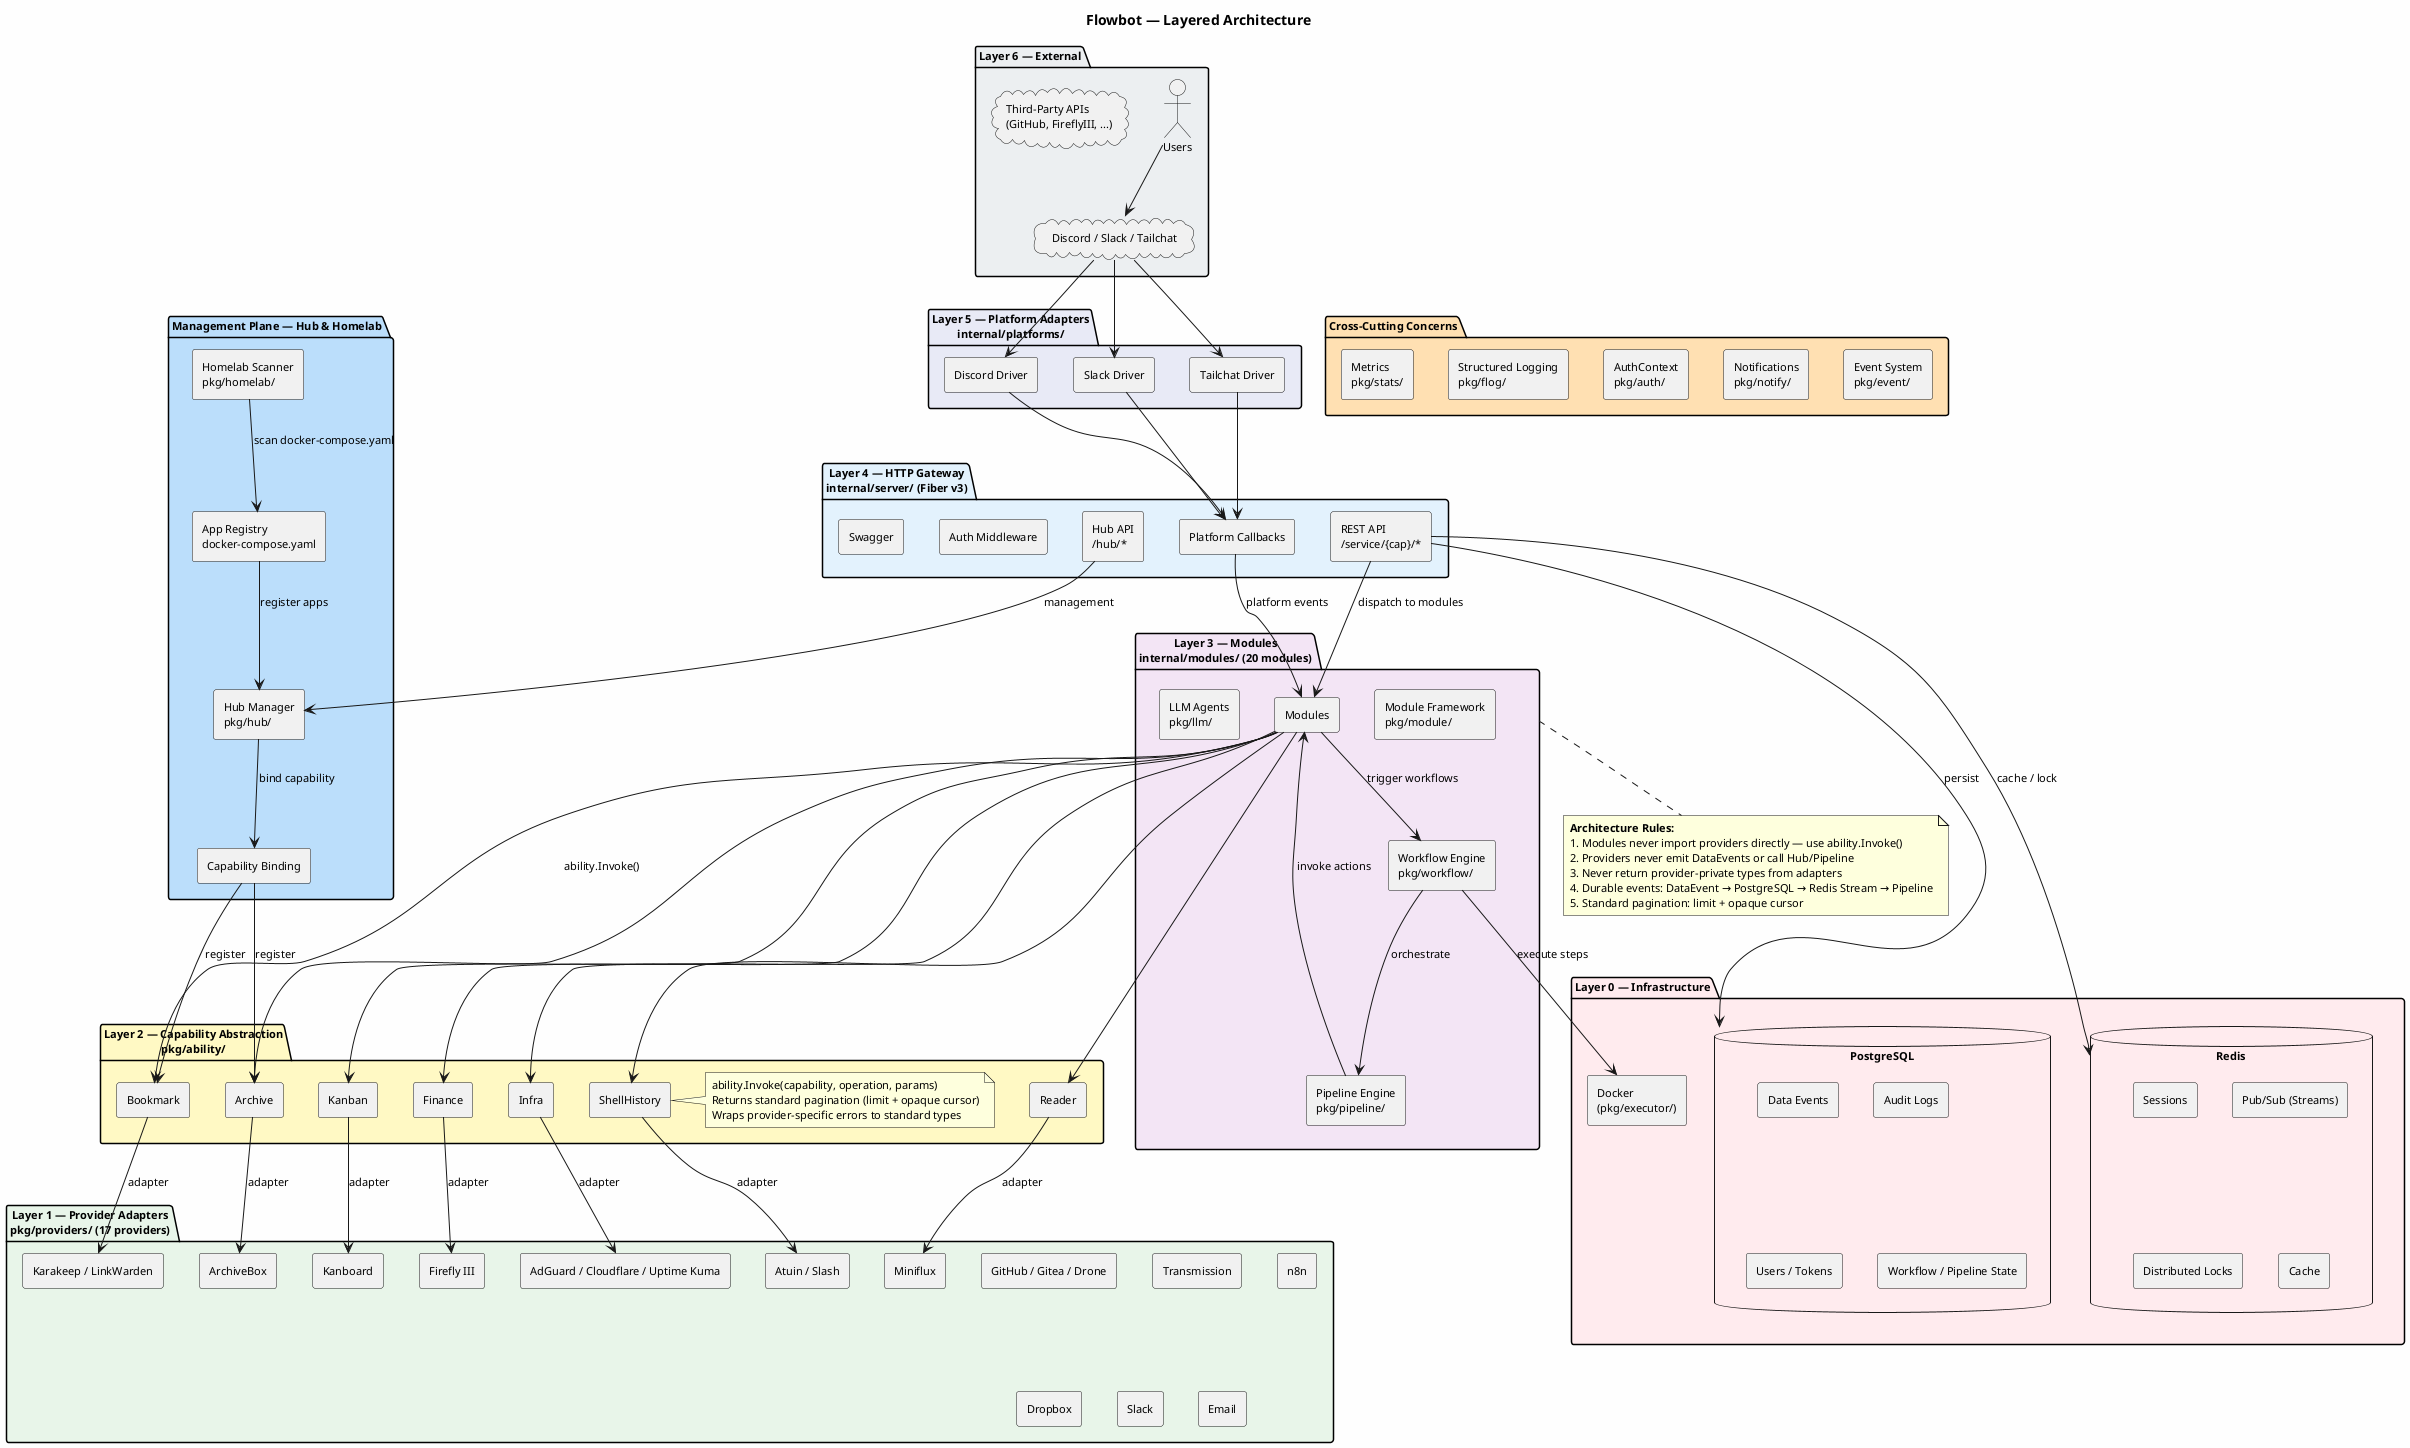
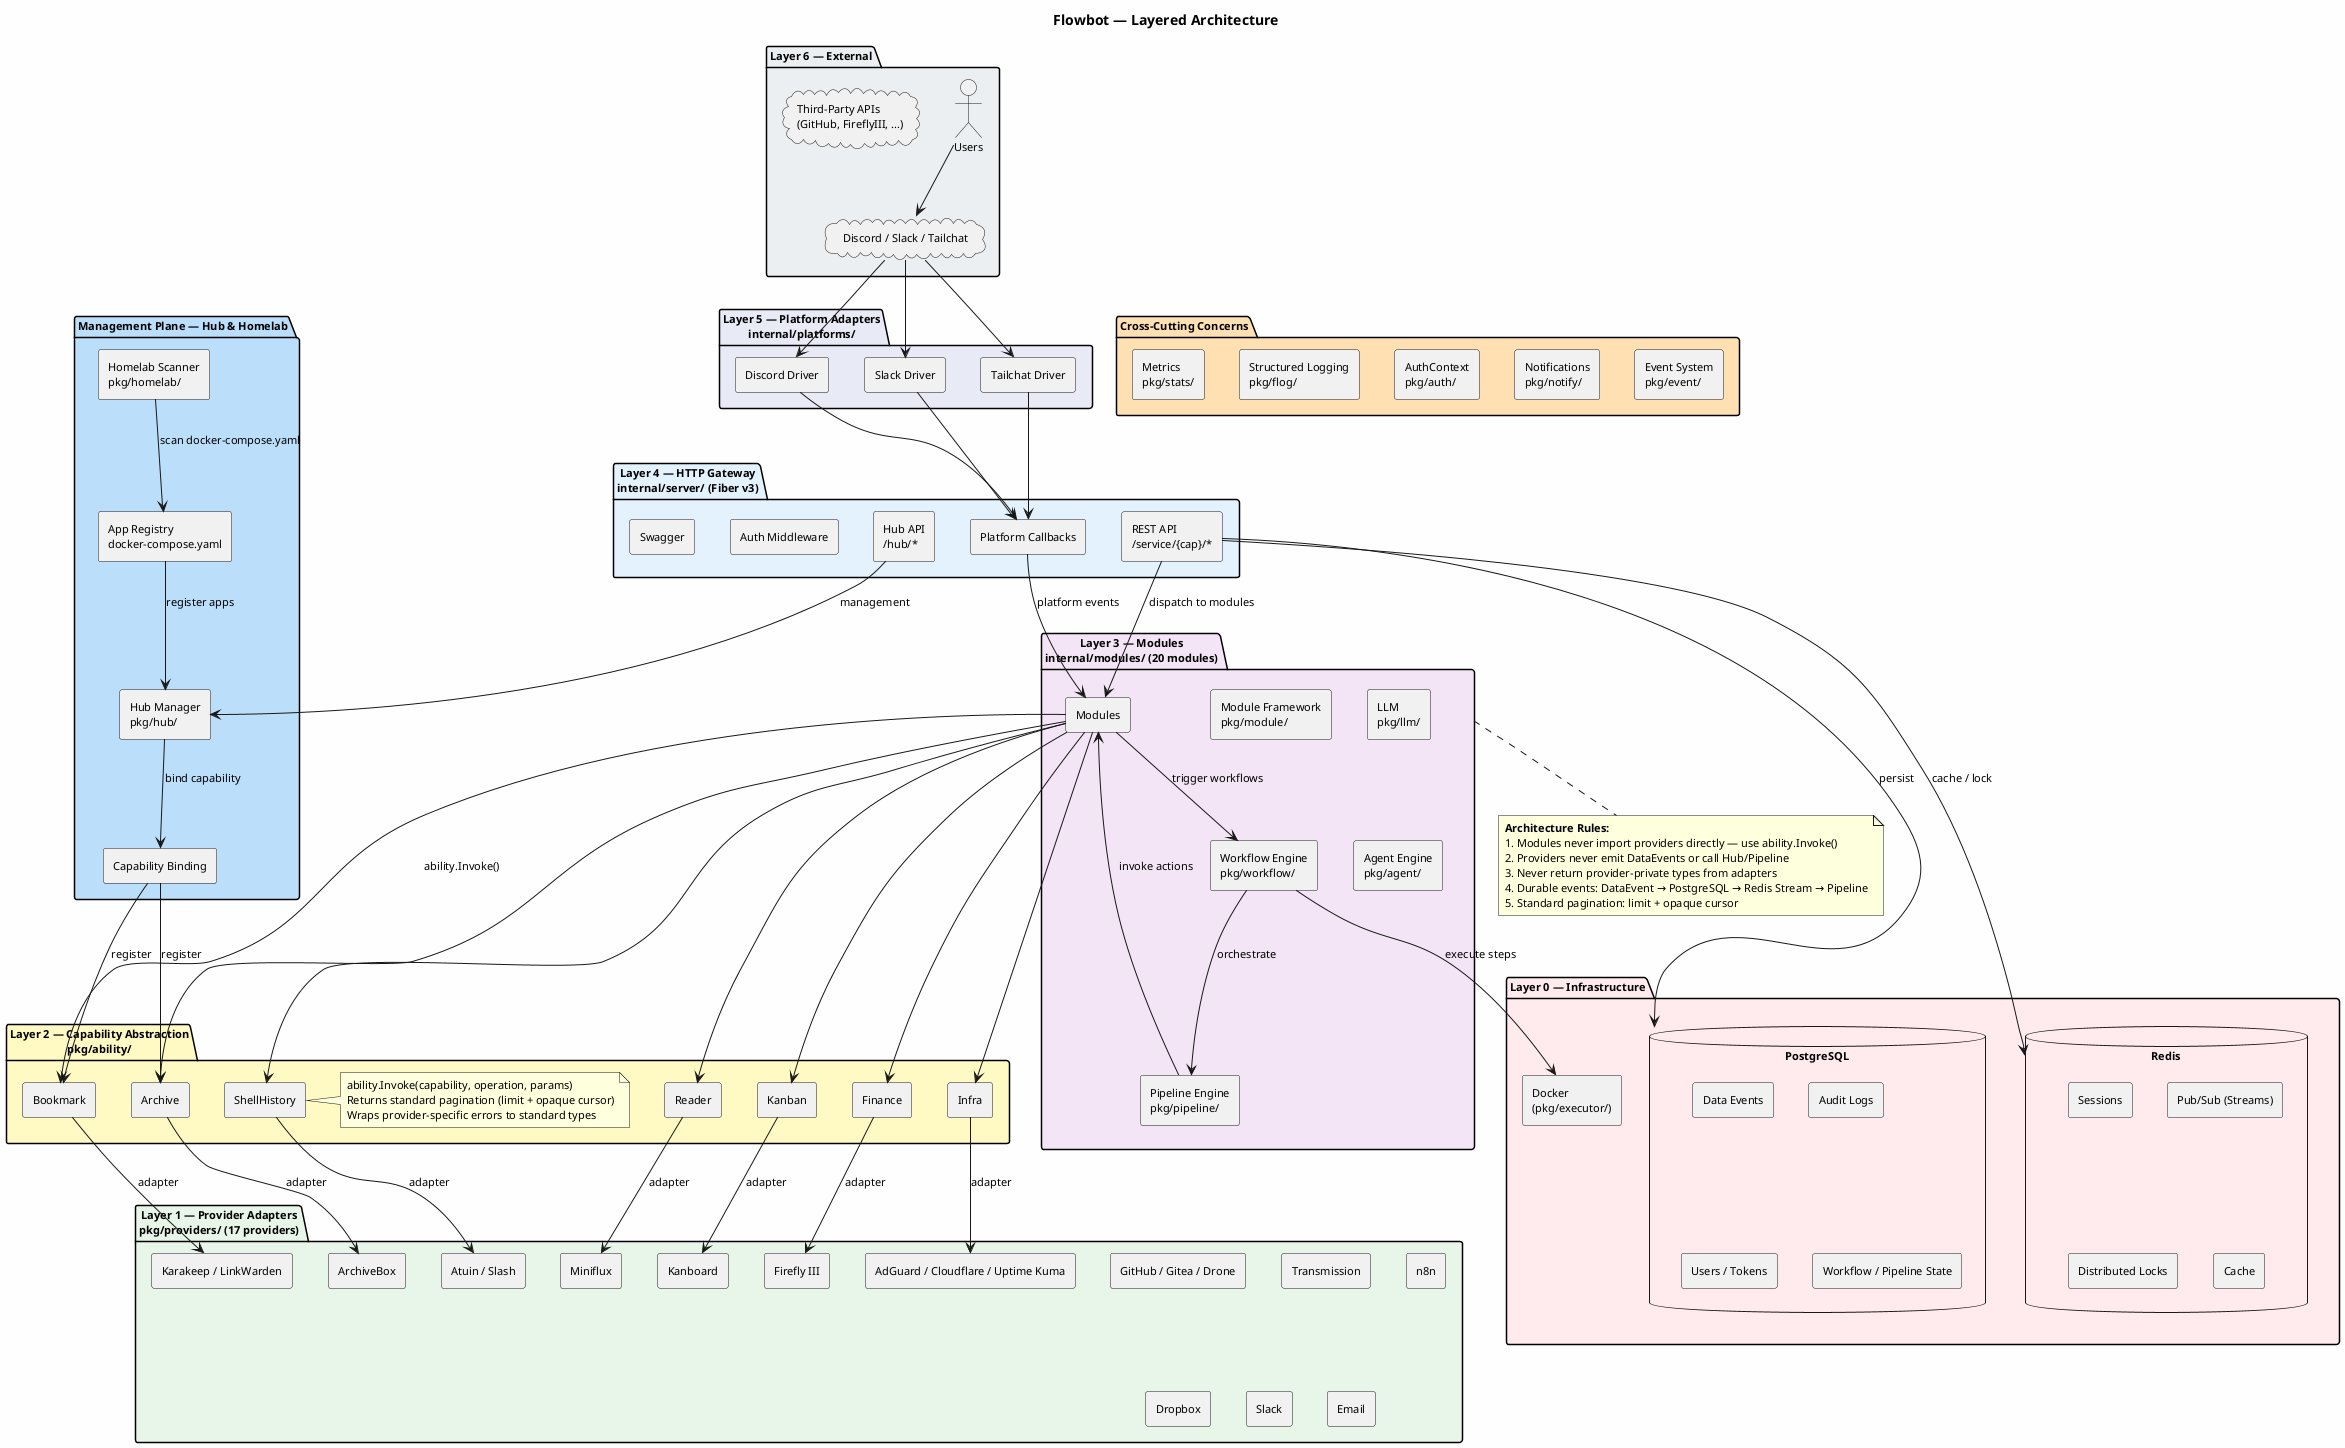
@startuml Layered Architecture
' =============================================================================
' Flowbot Layered Architecture Diagram
' Shows the abstraction layers and their relationships
' =============================================================================

skinparam componentStyle rectangle
skinparam backgroundColor #FEFEFE
skinparam defaultFontSize 11

title Flowbot — Layered Architecture

' =============================================================================
' Layer 6: External
' =============================================================================
package "Layer 6 — External" as L6 #ECEFF1 {
  actor Users
  cloud "Discord / Slack / Tailchat" as Chat
  cloud "Third-Party APIs\n(GitHub, FireflyIII, ...)" as APIs
}

' =============================================================================
' Layer 5: Platform Adapters
' =============================================================================
package "Layer 5 — Platform Adapters\ninternal/platforms/" as L5 #E8EAF6 {
  [Discord Driver] as DiscordDrv
  [Slack Driver] as SlackDrv
  [Tailchat Driver] as TailchatDrv
}

' =============================================================================
' Layer 4: HTTP / API Gateway
' =============================================================================
package "Layer 4 — HTTP Gateway\ninternal/server/ (Fiber v3)" as L4 #E3F2FD {
  [REST API\n/service/{cap}/*] as REST
  [Hub API\n/hub/*] as HubAPI
  [Platform Callbacks] as Callbacks
  [Auth Middleware] as AuthMW
  [Swagger] as Swagger
}

' =============================================================================
' Layer 3: Module / Business Logic
' =============================================================================
package "Layer 3 — Modules\ninternal/modules/ (20 modules)" as L3 #F3E5F5 {
  [Module Framework\npkg/module/] as ModuleFW
  [Modules] as BotMods
  [Workflow Engine\npkg/workflow/] as WF
  [Pipeline Engine\npkg/pipeline/] as Pipeline
-   [LLM Agents\npkg/llm/] as LLM
+   [LLM\npkg/llm/] as LLM
+   [Agent Engine\npkg/agent/] as AgentEng
}

' =============================================================================
' Layer 2: Capability Abstraction
' =============================================================================
package "Layer 2 — Capability Abstraction\npkg/ability/" as L2 #FFF9C4 {
  [Bookmark] as BookmarkAb
  [Archive] as ArchiveAb
  [Reader] as ReaderAb
  [Kanban] as KanbanAb
  [Finance] as FinanceAb
  [Infra] as InfraAb
  [ShellHistory] as ShellAb
  note right
    ability.Invoke(capability, operation, params)
    Returns standard pagination (limit + opaque cursor)
    Wraps provider-specific errors to standard types
  end note
}

' =============================================================================
' Layer 1: Provider Adapters
' =============================================================================
package "Layer 1 — Provider Adapters\npkg/providers/ (17 providers)" as L1 #E8F5E9 {
  [GitHub / Gitea / Drone] as DevGroup
  [Karakeep / LinkWarden] as BmGroup
  [ArchiveBox] as ArchGroup
  [Miniflux] as ReaderGroup
  [Kanboard] as KanbanGroup
  [Firefly III] as FinanceGroup
  [AdGuard / Cloudflare / Uptime Kuma] as InfraGroup
  [Transmission] as TorrentGroup
  [n8n] as N8NGroup
  [Dropbox] as DropboxGroup
  [Slack] as SlackGroup
  [Email] as EmailGroup
  [Atuin / Slash] as ShellGroup
}

' =============================================================================
' Layer 0: Infrastructure
' =============================================================================
package "Layer 0 — Infrastructure" as L0 #FFEBEE {
  database "PostgreSQL" as PostgreSQL {
    [Data Events]
    [Audit Logs]
    [Users / Tokens]
    [Workflow / Pipeline State]
  }
  database "Redis" as Redis {
    [Sessions]
    [Pub/Sub (Streams)]
    [Distributed Locks]
    [Cache]
  }
  [Docker\n(pkg/executor/)] as Docker
}

' =============================================================================
' Hub / Homelab (Side Plane)
' =============================================================================
package "Management Plane — Hub & Homelab" as HubPlane #BBDEFB {
  [Homelab Scanner\npkg/homelab/] as Scanner
  [App Registry\ndocker-compose.yaml] as Registry
  [Hub Manager\npkg/hub/] as Hub
  [Capability Binding] as Binding
}

' =============================================================================
' Cross-Cutting
' =============================================================================
package "Cross-Cutting Concerns" as Cross #FFE0B2 {
  [AuthContext\npkg/auth/] as AuthCtx
  [Notifications\npkg/notify/] as Notify
  [Event System\npkg/event/] as EventSys
  [Structured Logging\npkg/flog/] as Flog
  [Metrics\npkg/stats/] as Metrics
}

' =============================================================================
' Connections — Top to Bottom
' =============================================================================
Users --> Chat
Chat --> DiscordDrv
Chat --> SlackDrv
Chat --> TailchatDrv

DiscordDrv --> Callbacks
SlackDrv --> Callbacks
TailchatDrv --> Callbacks

REST --> BotMods : dispatch to modules
HubAPI --> Hub : management
Callbacks --> BotMods : platform events

BotMods --> BookmarkAb : ability.Invoke()
BotMods --> ArchiveAb
BotMods --> ReaderAb
BotMods --> KanbanAb
BotMods --> FinanceAb
BotMods --> InfraAb
BotMods --> ShellAb

BookmarkAb --> BmGroup : adapter
ArchiveAb --> ArchGroup : adapter
ReaderAb --> ReaderGroup : adapter
KanbanAb --> KanbanGroup : adapter
FinanceAb --> FinanceGroup : adapter
InfraAb --> InfraGroup : adapter
ShellAb --> ShellGroup : adapter

BotMods --> WF : trigger workflows
WF --> Pipeline : orchestrate
Pipeline --> BotMods : invoke actions
WF --> Docker : execute steps

REST --> PostgreSQL : persist
REST --> Redis : cache / lock

' =============================================================================
' Hub Plane
' =============================================================================
Scanner --> Registry : scan docker-compose.yaml
Registry --> Hub : register apps
Hub --> Binding : bind capability
Binding --> BookmarkAb : register
Binding --> ArchiveAb : register

' =============================================================================
' Cross-Cutting reaches all layers
' =============================================================================
AuthCtx -[hidden]-> REST
AuthCtx -[hidden]-> BotMods
Notify -[hidden]-> BotMods
EventSys -[hidden]-> BotMods

note bottom of L3
  <b>Architecture Rules:</b>
  1. Modules never import providers directly — use ability.Invoke()
  2. Providers never emit DataEvents or call Hub/Pipeline
  3. Never return provider-private types from adapters
  4. Durable events: DataEvent → PostgreSQL → Redis Stream → Pipeline
  5. Standard pagination: limit + opaque cursor
end note

@enduml
